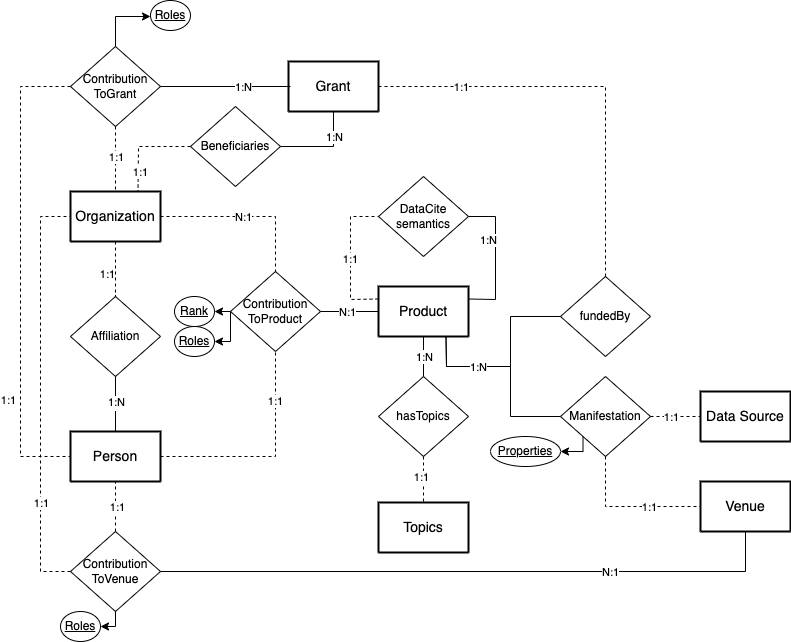
Before: docs/source/images/model.png, a diagram exported from draw.io (andremann/SKG-IF). Source tidied: cells renumbered, new cells last; positions are measured from the earlier drawing's top-left corner, leaving out a move shared by most shapes.
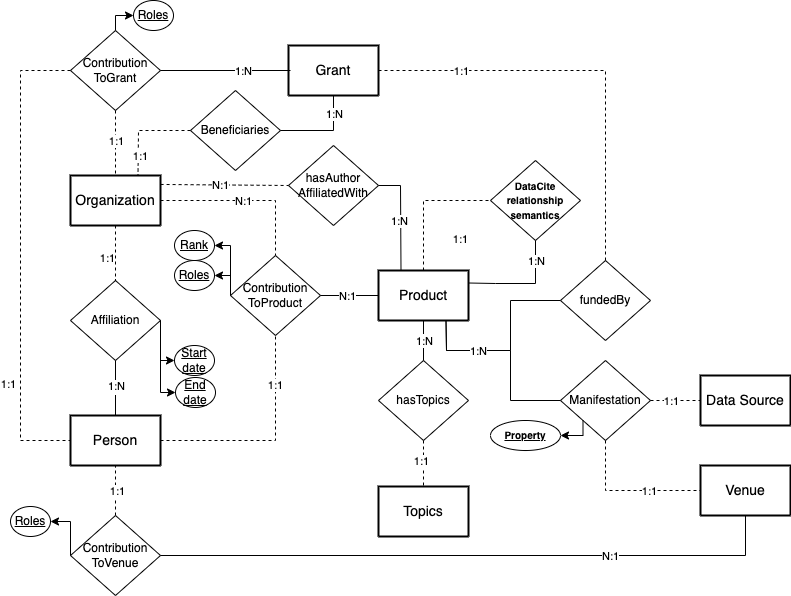
Later version of the same file.

What changed in the source:
```diff
@@ -6,7 +6,11 @@
       <mxGeometry x="50" y="191" width="90" height="50" as="geometry" />
     </mxCell>
     <mxCell id="3" style="edgeStyle=orthogonalEdgeStyle;rounded=0;jettySize=auto;html=1;exitX=0;exitY=0.5;exitDx=0;exitDy=0;entryX=1;entryY=0.5;entryDx=0;entryDy=0;" parent="1" edge="1" source="4" target="13">
-      <mxGeometry relative="1" as="geometry" />
+      <mxGeometry relative="1" as="geometry">
+        <Array as="points">
+          <mxPoint x="210" y="261" />
+        </Array>
+      </mxGeometry>
     </mxCell>
     <mxCell id="4" value="Contribution&lt;br&gt;ToProduct" style="shape=rhombus;perimeter=rhombusPerimeter;whiteSpace=wrap;html=1;align=center;" parent="1" vertex="1">
       <mxGeometry x="210" y="271" width="90" height="80" as="geometry" />
@@ -38,7 +42,7 @@
       </mxGeometry>
     </mxCell>
     <mxCell id="13" value="Rank" style="ellipse;whiteSpace=wrap;html=1;align=center;fontStyle=4;" parent="1" vertex="1">
-      <mxGeometry x="154" y="296" width="40" height="30" as="geometry" />
+      <mxGeometry x="154" y="246" width="40" height="30" as="geometry" />
     </mxCell>
     <mxCell id="14" value="Contribution&lt;br&gt;ToVenue" style="shape=rhombus;perimeter=rhombusPerimeter;whiteSpace=wrap;html=1;align=center;" parent="1" vertex="1">
       <mxGeometry x="50" y="531" width="90" height="80" as="geometry" />
@@ -67,12 +71,12 @@
       </mxGeometry>
     </mxCell>
     <mxCell id="20" value="Roles" style="ellipse;whiteSpace=wrap;html=1;align=center;fontStyle=4;" parent="1" vertex="1">
-      <mxGeometry x="154" y="326" width="40" height="30" as="geometry" />
+      <mxGeometry x="154" y="276" width="40" height="30" as="geometry" />
     </mxCell>
     <mxCell id="21" style="edgeStyle=orthogonalEdgeStyle;rounded=0;jettySize=auto;html=1;exitX=0;exitY=0.5;exitDx=0;exitDy=0;entryX=1;entryY=0.5;entryDx=0;entryDy=0;" parent="1" edge="1" source="4" target="20">
       <mxGeometry relative="1" as="geometry">
         <Array as="points">
-          <mxPoint x="210" y="341" />
+          <mxPoint x="210" y="291" />
         </Array>
       </mxGeometry>
     </mxCell>
@@ -87,19 +91,6 @@
         <mxPoint x="-2" y="-15" as="offset" />
       </mxGeometry>
     </mxCell>
-    <mxCell id="25" style="endArrow=none;dashed=1;html=1;rounded=0;exitX=0;exitY=0.5;exitDx=0;exitDy=0;entryX=0;entryY=0.5;entryDx=0;entryDy=0;" parent="1" edge="1" source="14" target="2">
-      <mxGeometry relative="1" as="geometry">
-        <Array as="points">
-          <mxPoint x="20" y="571" />
-          <mxPoint x="20" y="216" />
-        </Array>
-      </mxGeometry>
-    </mxCell>
-    <mxCell id="26" value="1:1" style="edgeLabel;html=1;align=center;verticalAlign=middle;" parent="25" vertex="1">
-      <mxGeometry x="-0.52" y="-2" relative="1" as="geometry">
-        <mxPoint x="-2" as="offset" />
-      </mxGeometry>
-    </mxCell>
     <mxCell id="27" style="endArrow=none;dashed=1;html=1;rounded=0;exitX=0.5;exitY=0;exitDx=0;exitDy=0;entryX=0.5;entryY=1;entryDx=0;entryDy=0;" parent="1" edge="1" source="14" target="7">
       <mxGeometry relative="1" as="geometry" />
     </mxCell>
@@ -130,14 +121,13 @@
     <mxCell id="32" value="1:1" style="edgeLabel;html=1;align=center;verticalAlign=middle;" parent="31" vertex="1">
       <mxGeometry x="0.55" y="1" relative="1" as="geometry" />
     </mxCell>
-    <mxCell id="33" value="DataCite semantics" style="shape=rhombus;perimeter=rhombusPerimeter;whiteSpace=wrap;html=1;align=center;" parent="1" vertex="1">
-      <mxGeometry x="358" y="176" width="90" height="80" as="geometry" />
+    <mxCell id="33" value="&lt;b&gt;&lt;font style=&quot;font-size: 10px;&quot;&gt;DataCite relationship&lt;br&gt;semantics&lt;/font&gt;&lt;/b&gt;" style="shape=rhombus;perimeter=rhombusPerimeter;whiteSpace=wrap;html=1;align=center;" parent="1" vertex="1">
+      <mxGeometry x="470" y="176" width="90" height="80" as="geometry" />
     </mxCell>
-    <mxCell id="34" style="endArrow=none;dashed=1;html=1;rounded=0;entryX=0;entryY=0.5;entryDx=0;entryDy=0;exitX=0;exitY=0.25;exitDx=0;exitDy=0;" parent="1" edge="1" source="5" target="33">
+    <mxCell id="34" style="endArrow=none;dashed=1;html=1;rounded=0;entryX=0;entryY=0.5;entryDx=0;entryDy=0;exitX=0.5;exitY=0;exitDx=0;exitDy=0;" parent="1" edge="1" source="5" target="33">
       <mxGeometry relative="1" as="geometry">
         <Array as="points">
-          <mxPoint x="330" y="299" />
-          <mxPoint x="330" y="216" />
+          <mxPoint x="403" y="216" />
         </Array>
       </mxGeometry>
     </mxCell>
@@ -146,17 +136,17 @@
         <mxPoint y="39" as="offset" />
       </mxGeometry>
     </mxCell>
-    <mxCell id="36" style="endArrow=none;html=1;rounded=0;entryX=1;entryY=0.5;entryDx=0;entryDy=0;exitX=1;exitY=0.25;exitDx=0;exitDy=0;" parent="1" edge="1" source="5" target="33">
+    <mxCell id="36" style="endArrow=none;html=1;rounded=0;entryX=0.5;entryY=1;entryDx=0;entryDy=0;exitX=1;exitY=0.25;exitDx=0;exitDy=0;" parent="1" edge="1" source="5" target="33">
       <mxGeometry relative="1" as="geometry">
         <Array as="points">
           <mxPoint x="475" y="299" />
-          <mxPoint x="475" y="216" />
+          <mxPoint x="515" y="299" />
         </Array>
       </mxGeometry>
     </mxCell>
     <mxCell id="37" value="1:N" style="edgeLabel;html=1;align=center;verticalAlign=middle;" parent="36" vertex="1">
       <mxGeometry x="0.75" y="2" relative="1" as="geometry">
-        <mxPoint x="2" y="21" as="offset" />
+        <mxPoint x="2" y="6" as="offset" />
       </mxGeometry>
     </mxCell>
     <mxCell id="38" value="fundedBy" style="shape=rhombus;perimeter=rhombusPerimeter;whiteSpace=wrap;html=1;align=center;" parent="1" vertex="1">
@@ -270,23 +260,22 @@
       </mxGeometry>
     </mxCell>
     <mxCell id="58" value="Roles" style="ellipse;whiteSpace=wrap;html=1;align=center;fontStyle=4;" parent="1" vertex="1">
-      <mxGeometry x="130" width="40" height="30" as="geometry" />
+      <mxGeometry x="113" y="16" width="40" height="30" as="geometry" />
     </mxCell>
-    <mxCell id="59" style="edgeStyle=orthogonalEdgeStyle;rounded=0;jettySize=auto;html=1;exitX=0.5;exitY=0;exitDx=0;exitDy=0;" parent="1" edge="1" source="51">
+    <mxCell id="59" style="edgeStyle=orthogonalEdgeStyle;rounded=0;jettySize=auto;html=1;exitX=0.5;exitY=0;exitDx=0;exitDy=0;entryX=0;entryY=0.5;entryDx=0;entryDy=0;" parent="1" edge="1" source="51" target="58">
       <mxGeometry relative="1" as="geometry">
-        <mxPoint x="130" y="16" as="targetPoint" />
         <Array as="points">
-          <mxPoint x="95" y="16" />
+          <mxPoint x="95" y="31" />
         </Array>
       </mxGeometry>
     </mxCell>
     <mxCell id="60" value="Roles" style="ellipse;whiteSpace=wrap;html=1;align=center;fontStyle=4;" parent="1" vertex="1">
-      <mxGeometry x="40" y="611" width="40" height="30" as="geometry" />
+      <mxGeometry x="-10" y="522" width="40" height="30" as="geometry" />
     </mxCell>
-    <mxCell id="61" style="edgeStyle=orthogonalEdgeStyle;rounded=0;jettySize=auto;html=1;exitX=0.5;exitY=1;exitDx=0;exitDy=0;entryX=1;entryY=0.5;entryDx=0;entryDy=0;" parent="1" edge="1" source="14" target="60">
+    <mxCell id="61" style="edgeStyle=orthogonalEdgeStyle;rounded=0;jettySize=auto;html=1;exitX=0;exitY=0.5;exitDx=0;exitDy=0;entryX=1;entryY=0.5;entryDx=0;entryDy=0;" parent="1" edge="1" source="14" target="60">
       <mxGeometry relative="1" as="geometry">
         <Array as="points">
-          <mxPoint x="95" y="626" />
+          <mxPoint x="50" y="537" />
         </Array>
       </mxGeometry>
     </mxCell>
@@ -305,7 +294,7 @@
         </Array>
       </mxGeometry>
     </mxCell>
-    <mxCell id="65" value="Properties" style="ellipse;whiteSpace=wrap;html=1;align=center;fontStyle=4;" parent="1" vertex="1">
+    <mxCell id="65" value="&lt;b&gt;&lt;font style=&quot;font-size: 10px;&quot;&gt;Property&lt;/font&gt;&lt;/b&gt;" style="ellipse;whiteSpace=wrap;html=1;align=center;fontStyle=4;" parent="1" vertex="1">
       <mxGeometry x="470" y="436" width="70" height="30" as="geometry" />
     </mxCell>
     <mxCell id="66" value="Beneficiaries" style="shape=rhombus;perimeter=rhombusPerimeter;whiteSpace=wrap;html=1;align=center;" parent="1" vertex="1">
@@ -320,7 +309,7 @@
     </mxCell>
     <mxCell id="68" value="1:N" style="edgeLabel;html=1;align=center;verticalAlign=middle;" parent="67" vertex="1">
       <mxGeometry x="0.75" y="2" relative="1" as="geometry">
-        <mxPoint x="42" y="-12" as="offset" />
+        <mxPoint x="42" y="-19" as="offset" />
       </mxGeometry>
     </mxCell>
     <mxCell id="69" style="endArrow=none;dashed=1;html=1;rounded=0;entryX=0.75;entryY=0;entryDx=0;entryDy=0;exitX=0;exitY=0.5;exitDx=0;exitDy=0;" parent="1" edge="1" source="66" target="2">
@@ -335,5 +324,48 @@
         <mxPoint x="1" y="2" as="offset" />
       </mxGeometry>
     </mxCell>
+    <mxCell id="71" value="hasAuthor&lt;br&gt;AffiliatedWith" style="shape=rhombus;perimeter=rhombusPerimeter;whiteSpace=wrap;html=1;align=center;" parent="1" vertex="1">
+      <mxGeometry x="268" y="161" width="90" height="80" as="geometry" />
+    </mxCell>
+    <mxCell id="72" style="endArrow=none;html=1;rounded=0;entryX=1;entryY=0.5;entryDx=0;entryDy=0;exitX=0.25;exitY=0;exitDx=0;exitDy=0;" parent="1" edge="1" source="5" target="71">
+      <mxGeometry relative="1" as="geometry">
+        <Array as="points">
+          <mxPoint x="380" y="201" />
+        </Array>
+      </mxGeometry>
+    </mxCell>
+    <mxCell id="73" value="1:N" style="edgeLabel;html=1;align=center;verticalAlign=middle;" parent="72" vertex="1">
+      <mxGeometry x="0.75" y="2" relative="1" as="geometry">
+        <mxPoint x="7" y="33" as="offset" />
+      </mxGeometry>
+    </mxCell>
+    <mxCell id="74" style="endArrow=none;dashed=1;html=1;rounded=0;entryX=0;entryY=0.5;entryDx=0;entryDy=0;exitX=1.001;exitY=0.179;exitDx=0;exitDy=0;exitPerimeter=0;" parent="1" edge="1" source="2" target="71">
+      <mxGeometry relative="1" as="geometry" />
+    </mxCell>
+    <mxCell id="75" value="N:1" style="edgeLabel;html=1;align=center;verticalAlign=middle;" parent="74" vertex="1">
+      <mxGeometry x="0.09" y="2" relative="1" as="geometry">
+        <mxPoint x="-11" y="2" as="offset" />
+      </mxGeometry>
+    </mxCell>
+    <mxCell id="76" style="edgeStyle=orthogonalEdgeStyle;rounded=0;jettySize=auto;html=1;exitX=1;exitY=0.5;exitDx=0;exitDy=0;entryX=0;entryY=0.5;entryDx=0;entryDy=0;" parent="1" edge="1" source="17" target="77">
+      <mxGeometry relative="1" as="geometry">
+        <Array as="points">
+          <mxPoint x="140" y="376" />
+        </Array>
+      </mxGeometry>
+    </mxCell>
+    <mxCell id="77" value="Start&lt;br&gt;date" style="ellipse;whiteSpace=wrap;html=1;align=center;fontStyle=4;" parent="1" vertex="1">
+      <mxGeometry x="154" y="361" width="40" height="30" as="geometry" />
+    </mxCell>
+    <mxCell id="78" value="End&lt;br&gt;date" style="ellipse;whiteSpace=wrap;html=1;align=center;fontStyle=4;" parent="1" vertex="1">
+      <mxGeometry x="155" y="393" width="40" height="30" as="geometry" />
+    </mxCell>
+    <mxCell id="79" style="edgeStyle=orthogonalEdgeStyle;rounded=0;jettySize=auto;html=1;exitX=1;exitY=0.5;exitDx=0;exitDy=0;entryX=0;entryY=0.5;entryDx=0;entryDy=0;" parent="1" edge="1" source="17" target="78">
+      <mxGeometry relative="1" as="geometry">
+        <Array as="points">
+          <mxPoint x="140" y="408" />
+        </Array>
+      </mxGeometry>
+    </mxCell>
   </root>
 </mxGraphModel>
```
